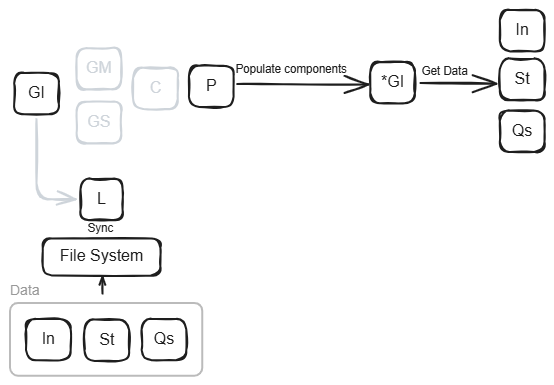
Xander089/Xander089.github.io keeps this Excalidraw diagram as assets/images/SaveArch.excalidraw.png. Above is the earlier version. Source tidied: one line per element, renumbered; positions are measured from the earlier drawing's top-left corner, leaving out a move shared by most shapes.
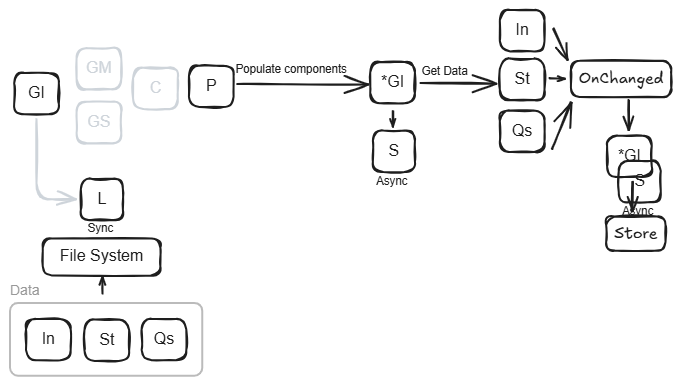
Above is the later version.

Commit message:
sync load at start

Diff of the diagram source:
```diff
@@ -1,9 +1,13 @@
 {"id": 0, "type": "rectangle", "strokeColor": "#1e1e1e", "strokeWidth": 2, "roughness": 1, "round": true, "x": 71, "y": 169, "width": 42, "height": 41}
 {"id": 1, "type": "text", "text": "L", "strokeColor": "#1e1e1e", "backgroundColor": "#a5d8ff", "fillStyle": "solid", "strokeWidth": 2, "roughness": 1, "fontSize": 16, "fontFamily": 2, "textAlign": "center", "verticalAlign": "middle", "inside": 0, "x": 87, "y": 180, "width": 9, "height": 18}
+{"id": 36, "type": "rectangle", "strokeColor": "#1e1e1e", "strokeWidth": 2, "roughness": 1, "round": true, "x": 363, "y": 121, "width": 42, "height": 41}
+{"id": 37, "type": "text", "text": "S", "strokeColor": "#1e1e1e", "backgroundColor": "#a5d8ff", "fillStyle": "solid", "strokeWidth": 2, "roughness": 1, "fontSize": 16, "fontFamily": 2, "textAlign": "center", "verticalAlign": "middle", "inside": 36, "x": 379, "y": 132, "width": 11, "height": 18}
 {"id": 2, "type": "rectangle", "strokeColor": "#1e1e1e", "strokeWidth": 2, "roughness": 1, "round": true, "x": 4, "y": 63, "width": 45, "height": 41}
 {"id": 3, "type": "text", "text": "GI", "strokeColor": "#1e1e1e", "backgroundColor": "#a5d8ff", "fillStyle": "solid", "strokeWidth": 2, "roughness": 1, "fontSize": 16, "fontFamily": 2, "textAlign": "center", "verticalAlign": "middle", "inside": 2, "x": 18, "y": 74, "width": 17, "height": 18}
 {"id": 4, "type": "rectangle", "strokeColor": "#1e1e1e", "strokeWidth": 2, "roughness": 1, "round": true, "x": 360, "y": 52, "width": 45, "height": 41}
 {"id": 5, "type": "text", "text": "*GI", "strokeColor": "#1e1e1e", "backgroundColor": "#a5d8ff", "fillStyle": "solid", "strokeWidth": 2, "roughness": 1, "fontSize": 16, "fontFamily": 2, "textAlign": "center", "verticalAlign": "middle", "inside": 4, "x": 371, "y": 63, "width": 23, "height": 18}
+{"id": 38, "type": "rectangle", "strokeColor": "#1e1e1e", "strokeWidth": 2, "roughness": 1, "round": true, "x": 597, "y": 126, "width": 45, "height": 41}
+{"id": 39, "type": "text", "text": "*GI", "strokeColor": "#1e1e1e", "backgroundColor": "#a5d8ff", "fillStyle": "solid", "strokeWidth": 2, "roughness": 1, "fontSize": 16, "fontFamily": 2, "textAlign": "center", "verticalAlign": "middle", "inside": 38, "x": 608, "y": 137, "width": 23, "height": 18}
 {"id": 6, "type": "rectangle", "strokeColor": "#ced4da", "strokeWidth": 2, "roughness": 1, "round": true, "x": 67, "y": 38, "width": 45, "height": 41}
 {"id": 7, "type": "text", "text": "GM", "strokeColor": "#ced4da", "backgroundColor": "#a5d8ff", "fillStyle": "solid", "strokeWidth": 2, "roughness": 1, "fontSize": 16, "fontFamily": 2, "textAlign": "center", "verticalAlign": "middle", "inside": 6, "x": 76, "y": 49, "width": 26, "height": 18}
 {"id": 8, "type": "rectangle", "strokeColor": "#ced4da", "strokeWidth": 2, "roughness": 1, "round": true, "x": 67, "y": 92, "width": 45, "height": 41}
@@ -28,9 +32,20 @@
 {"id": 27, "type": "text", "text": "File System", "strokeColor": "#1e1e1e", "backgroundColor": "#a5d8ff", "fillStyle": "solid", "strokeWidth": 2, "roughness": 1, "fontSize": 16, "fontFamily": 2, "textAlign": "center", "verticalAlign": "middle", "inside": 26, "x": 50, "y": 238, "width": 84, "height": 18}
 {"id": 28, "type": "arrow", "strokeColor": "#ced4da", "strokeWidth": 2, "roughness": 1, "endArrowhead": "arrow", "from": 2, "to": 0, "x": 26, "y": 109, "width": 39, "height": 80, "points": [[0, 0], [0, 80], [39, 80]]}
 {"id": 29, "type": "text", "text": "Sync", "strokeColor": "#1e1e1e", "strokeWidth": 2, "roughness": 1, "fontSize": 11.53, "fontFamily": 2, "x": 77, "y": 212, "width": 29, "height": 13}
+{"id": 40, "type": "text", "text": "Async", "strokeColor": "#1e1e1e", "strokeWidth": 2, "roughness": 1, "fontSize": 11.53, "fontFamily": 2, "x": 366, "y": 166, "width": 35, "height": 13}
 {"id": 30, "type": "text", "text": "Populate components", "strokeColor": "#1e1e1e", "strokeWidth": 2, "roughness": 1, "fontSize": 11.53, "fontFamily": 2, "x": 225, "y": 53, "width": 114, "height": 13}
 {"id": 31, "type": "text", "text": "Get Data", "strokeColor": "#1e1e1e", "strokeWidth": 2, "roughness": 1, "fontSize": 11.53, "fontFamily": 2, "x": 411, "y": 55, "width": 49, "height": 13}
 {"id": 32, "type": "arrow", "strokeColor": "#1e1e1e", "strokeWidth": 2, "roughness": 1, "endArrowhead": "arrow", "from": 12, "to": 4, "x": 227, "y": 74, "width": 131, "height": 1, "points": [[0, 0], [131, 1]]}
 {"id": 33, "type": "frame", "strokeColor": "#1e1e1e", "strokeWidth": 2, "roughness": 1, "x": 0, "y": 293, "width": 192, "height": 73}
 {"id": 34, "type": "arrow", "strokeColor": "#1e1e1e", "strokeWidth": 2, "roughness": 1, "endArrowhead": "arrow", "from": 33, "to": 26, "x": 92, "y": 284, "width": 0, "height": 17, "points": [[0, 0], [0, -17]]}
 {"id": 35, "type": "arrow", "strokeColor": "#1e1e1e", "strokeWidth": 2, "roughness": 1, "endArrowhead": "arrow", "from": 4, "to": 16, "x": 410, "y": 73, "width": 76, "height": 1, "points": [[0, 0], [76, 1]]}
+{"id": 41, "type": "arrow", "strokeColor": "#1e1e1e", "strokeWidth": 2, "roughness": 1, "endArrowhead": "arrow", "round": true, "from": 4, "to": 36, "x": 383, "y": 101, "width": 1, "height": 15, "points": [[0, 0], [-1, 15]]}
+{"id": 42, "type": "rectangle", "strokeColor": "#1e1e1e", "strokeWidth": 2, "roughness": 1, "round": true, "x": 561, "y": 51, "width": 100, "height": 36}
+{"id": 43, "type": "text", "text": "OnChanged", "strokeColor": "#1e1e1e", "strokeWidth": 2, "roughness": 1, "fontSize": 16, "fontFamily": 5, "textAlign": "center", "verticalAlign": "middle", "inside": 42, "x": 569, "y": 59, "width": 85, "height": 20}
+{"id": 44, "type": "arrow", "strokeColor": "#1e1e1e", "strokeWidth": 2, "roughness": 1, "endArrowhead": "arrow", "round": true, "from": 14, "to": 42, "x": 544, "y": 19, "width": 14, "height": 31, "points": [[0, 0], [14, 31]]}
+{"id": 45, "type": "arrow", "strokeColor": "#1e1e1e", "strokeWidth": 2, "roughness": 1, "endArrowhead": "arrow", "round": true, "from": 18, "to": 42, "x": 542, "y": 139, "width": 19, "height": 46, "points": [[0, 0], [19, -46]]}
+{"id": 46, "type": "arrow", "strokeColor": "#1e1e1e", "strokeWidth": 2, "roughness": 1, "endArrowhead": "arrow", "round": true, "from": 16, "to": 42, "x": 540, "y": 69, "width": 14, "height": 0, "points": [[0, 0], [14, 0]]}
+{"id": 47, "type": "arrow", "strokeColor": "#1e1e1e", "strokeWidth": 2, "roughness": 1, "endArrowhead": "arrow", "round": true, "from": 42, "to": 38, "x": 619, "y": 90, "width": 1, "height": 29, "points": [[0, 0], [1, 29]]}
+{"id": 48, "type": "arrow", "strokeColor": "#1e1e1e", "strokeWidth": 2, "roughness": 1, "endArrowhead": "arrow", "round": true, "from": 38, "x": 623, "y": 172, "width": 1, "height": 30, "points": [[0, 0], [-1, 30]]}
+{"id": 49, "type": "rectangle", "strokeColor": "#1e1e1e", "strokeWidth": 2, "roughness": 1, "round": true, "x": 596, "y": 207, "width": 59, "height": 34}
+{"id": 50, "type": "text", "text": "Store", "strokeColor": "#1e1e1e", "strokeWidth": 2, "roughness": 1, "fontSize": 16, "fontFamily": 5, "textAlign": "center", "verticalAlign": "middle", "inside": 49, "x": 604, "y": 214, "width": 43, "height": 20}
```
